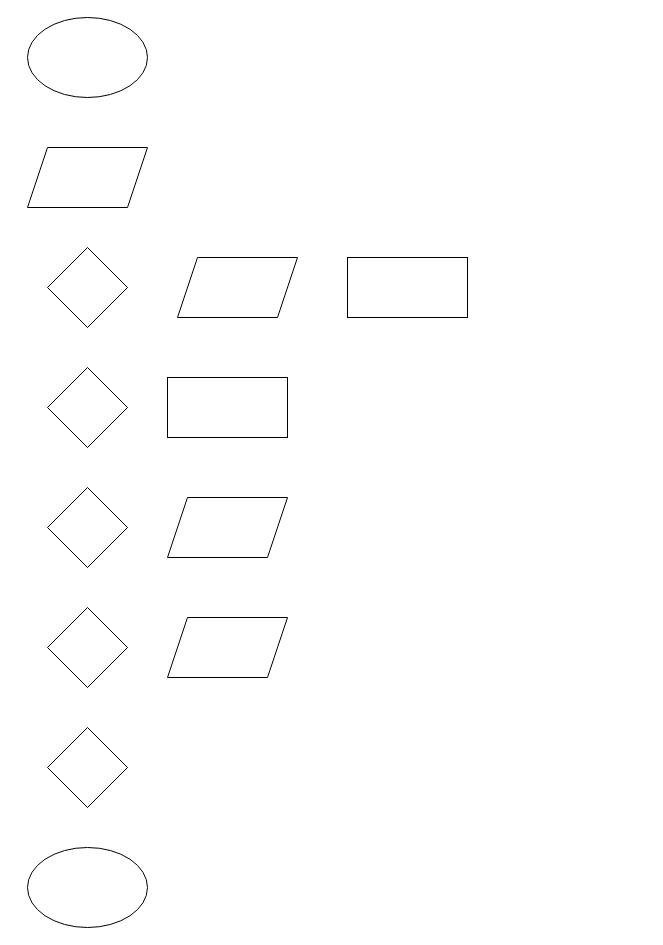
Before: Untitled Diagram.drawio in dibovdmitry/Project, a draw.io diagram. Source tidied: cells renumbered, new cells numbered last; positions are measured from the earlier drawing's top-left corner, leaving out a move shared by most shapes. Both pictures are drawn from the tidied source at 100%, with x=0, y=0 at pixel (27, 17).
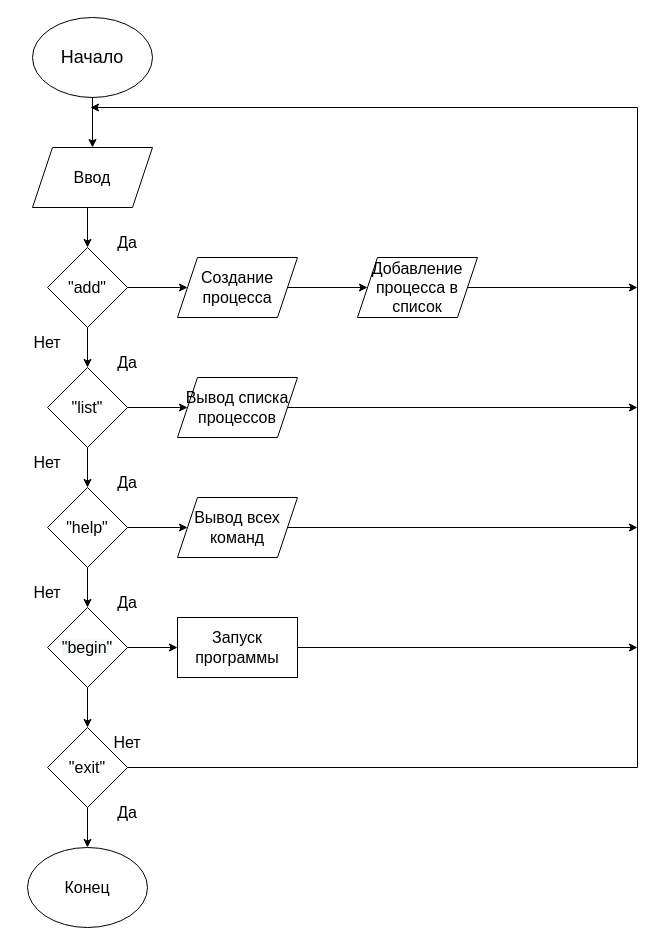
Above is the later version.

Change to the diagram source:
```diff
@@
-    <mxCell id="2" style="ellipse;whiteSpace=wrap;html=1;" parent="1" vertex="1">
-      <mxGeometry width="120" height="80" as="geometry" />
+    <mxCell id="2" value="&lt;font style=&quot;font-size: 18px&quot;&gt;Начало&lt;/font&gt;" style="ellipse;whiteSpace=wrap;html=1;" parent="1" vertex="1">
+      <mxGeometry x="5" width="120" height="80" as="geometry" />
     </mxCell>
-    <mxCell id="3" style="shape=parallelogram;perimeter=parallelogramPerimeter;whiteSpace=wrap;html=1;fixedSize=1;" parent="1" vertex="1">
-      <mxGeometry y="130" width="120" height="60" as="geometry" />
+    <mxCell id="3" value="&lt;font style=&quot;font-size: 16px&quot;&gt;Ввод&lt;/font&gt;" style="shape=parallelogram;perimeter=parallelogramPerimeter;whiteSpace=wrap;html=1;fixedSize=1;" parent="1" vertex="1">
+      <mxGeometry x="5" y="130" width="120" height="60" as="geometry" />
     </mxCell>
-    <mxCell id="4" style="rhombus;whiteSpace=wrap;html=1;" parent="1" vertex="1">
+    <mxCell id="4" value="&quot;add&quot;" style="rhombus;whiteSpace=wrap;html=1;fontSize=16;" parent="1" vertex="1">
       <mxGeometry x="20" y="230" width="80" height="80" as="geometry" />
     </mxCell>
-    <mxCell id="5" style="shape=parallelogram;perimeter=parallelogramPerimeter;whiteSpace=wrap;html=1;fixedSize=1;" parent="1" vertex="1">
+    <mxCell id="5" value="Создание процесса" style="shape=parallelogram;perimeter=parallelogramPerimeter;whiteSpace=wrap;html=1;fixedSize=1;fontSize=16;" parent="1" vertex="1">
       <mxGeometry x="150" y="240" width="120" height="60" as="geometry" />
     </mxCell>
-    <mxCell id="6" style="rounded=0;whiteSpace=wrap;html=1;" parent="1" vertex="1">
-      <mxGeometry x="320" y="240" width="120" height="60" as="geometry" />
-    </mxCell>
-    <mxCell id="7" style="rhombus;whiteSpace=wrap;html=1;" parent="1" vertex="1">
+    <mxCell id="7" value="&quot;list&quot;" style="rhombus;whiteSpace=wrap;html=1;fontSize=16;" parent="1" vertex="1">
       <mxGeometry x="20" y="350" width="80" height="80" as="geometry" />
     </mxCell>
-    <mxCell id="8" style="rhombus;whiteSpace=wrap;html=1;" parent="1" vertex="1">
+    <mxCell id="8" value="&quot;help&quot;" style="rhombus;whiteSpace=wrap;html=1;fontSize=16;" parent="1" vertex="1">
       <mxGeometry x="20" y="470" width="80" height="80" as="geometry" />
     </mxCell>
-    <mxCell id="9" style="rhombus;whiteSpace=wrap;html=1;" parent="1" vertex="1">
+    <mxCell id="9" value="&#10;&#10;&lt;span style=&quot;color: rgb(0, 0, 0); font-family: helvetica; font-size: 16px; font-style: normal; font-weight: 400; letter-spacing: normal; text-align: center; text-indent: 0px; text-transform: none; word-spacing: 0px; background-color: rgb(248, 249, 250); display: inline; float: none;&quot;&gt;&quot;begin&quot;&lt;/span&gt;&#10;&#10;" style="rhombus;whiteSpace=wrap;html=1;" parent="1" vertex="1">
       <mxGeometry x="20" y="590" width="80" height="80" as="geometry" />
     </mxCell>
-    <mxCell id="10" style="rhombus;whiteSpace=wrap;html=1;" parent="1" vertex="1">
+    <mxCell id="10" value="&quot;exit&quot;" style="rhombus;whiteSpace=wrap;html=1;fontSize=16;" parent="1" vertex="1">
       <mxGeometry x="20" y="710" width="80" height="80" as="geometry" />
     </mxCell>
-    <mxCell id="11" style="rounded=0;whiteSpace=wrap;html=1;" parent="1" vertex="1">
-      <mxGeometry x="140" y="360" width="120" height="60" as="geometry" />
+    <mxCell id="11" value="Запуск программы" style="rounded=0;whiteSpace=wrap;html=1;fontSize=16;" parent="1" vertex="1">
+      <mxGeometry x="150" y="600" width="120" height="60" as="geometry" />
     </mxCell>
-    <mxCell id="12" style="shape=parallelogram;perimeter=parallelogramPerimeter;whiteSpace=wrap;html=1;fixedSize=1;" parent="1" vertex="1">
-      <mxGeometry x="140" y="480" width="120" height="60" as="geometry" />
+    <mxCell id="12" value="Вывод списка процессов" style="shape=parallelogram;perimeter=parallelogramPerimeter;whiteSpace=wrap;html=1;fixedSize=1;fontSize=16;" parent="1" vertex="1">
+      <mxGeometry x="150" y="360" width="120" height="60" as="geometry" />
     </mxCell>
-    <mxCell id="13" style="shape=parallelogram;perimeter=parallelogramPerimeter;whiteSpace=wrap;html=1;fixedSize=1;" parent="1" vertex="1">
-      <mxGeometry x="140" y="600" width="120" height="60" as="geometry" />
+    <mxCell id="13" value="Вывод всех&lt;br&gt;команд" style="shape=parallelogram;perimeter=parallelogramPerimeter;whiteSpace=wrap;html=1;fixedSize=1;fontSize=16;" parent="1" vertex="1">
+      <mxGeometry x="150" y="480" width="120" height="60" as="geometry" />
     </mxCell>
-    <mxCell id="14" style="ellipse;whiteSpace=wrap;html=1;" parent="1" vertex="1">
+    <mxCell id="14" value="Конец" style="ellipse;whiteSpace=wrap;html=1;fontSize=16;" parent="1" vertex="1">
       <mxGeometry y="830" width="120" height="80" as="geometry" />
     </mxCell>
+    <mxCell id="15" style="endArrow=classic;html=1;rounded=0;fontSize=16;entryX=0.5;entryY=0;entryDx=0;entryDy=0;" parent="1" edge="1" target="4">
+      <mxGeometry relative="1" as="geometry">
+        <mxPoint x="60" y="190" as="sourcePoint" />
+      </mxGeometry>
+    </mxCell>
+    <mxCell id="16" style="endArrow=classic;html=1;rounded=0;fontSize=16;exitX=0.5;exitY=1;exitDx=0;exitDy=0;entryX=0.5;entryY=0;entryDx=0;entryDy=0;" parent="1" edge="1" source="4" target="7">
+      <mxGeometry relative="1" as="geometry" />
+    </mxCell>
+    <mxCell id="17" style="endArrow=classic;html=1;rounded=0;fontSize=16;exitX=0.5;exitY=1;exitDx=0;exitDy=0;entryX=0.5;entryY=0;entryDx=0;entryDy=0;" parent="1" edge="1" source="7" target="8">
+      <mxGeometry relative="1" as="geometry" />
+    </mxCell>
+    <mxCell id="18" style="endArrow=classic;html=1;rounded=0;fontSize=16;exitX=0.5;exitY=1;exitDx=0;exitDy=0;entryX=0.5;entryY=0;entryDx=0;entryDy=0;" parent="1" edge="1" source="8" target="9">
+      <mxGeometry relative="1" as="geometry" />
+    </mxCell>
+    <mxCell id="19" style="endArrow=classic;html=1;rounded=0;fontSize=16;exitX=0.5;exitY=1;exitDx=0;exitDy=0;entryX=0.5;entryY=0;entryDx=0;entryDy=0;" parent="1" edge="1" source="9" target="10">
+      <mxGeometry relative="1" as="geometry" />
+    </mxCell>
+    <mxCell id="20" style="endArrow=classic;html=1;rounded=0;fontSize=16;exitX=0.5;exitY=1;exitDx=0;exitDy=0;entryX=0.5;entryY=0;entryDx=0;entryDy=0;" parent="1" edge="1" source="10" target="14">
+      <mxGeometry relative="1" as="geometry" />
+    </mxCell>
+    <mxCell id="21" style="endArrow=classic;html=1;rounded=0;fontSize=16;exitX=1;exitY=0.5;exitDx=0;exitDy=0;entryX=0;entryY=0.5;entryDx=0;entryDy=0;" parent="1" edge="1" source="4" target="5">
+      <mxGeometry relative="1" as="geometry" />
+    </mxCell>
+    <mxCell id="22" style="endArrow=classic;html=1;rounded=0;fontSize=16;exitX=1;exitY=0.5;exitDx=0;exitDy=0;entryX=0;entryY=0.5;entryDx=0;entryDy=0;" parent="1" edge="1" source="7" target="12">
+      <mxGeometry relative="1" as="geometry" />
+    </mxCell>
+    <mxCell id="23" style="endArrow=classic;html=1;rounded=0;fontSize=16;exitX=1;exitY=0.5;exitDx=0;exitDy=0;entryX=0;entryY=0.5;entryDx=0;entryDy=0;" parent="1" edge="1" source="8" target="13">
+      <mxGeometry relative="1" as="geometry" />
+    </mxCell>
+    <mxCell id="24" style="endArrow=classic;html=1;rounded=0;fontSize=16;exitX=1;exitY=0.5;exitDx=0;exitDy=0;entryX=0;entryY=0.5;entryDx=0;entryDy=0;" parent="1" edge="1" source="9" target="11">
+      <mxGeometry relative="1" as="geometry" />
+    </mxCell>
+    <mxCell id="25" style="endArrow=classic;html=1;rounded=0;fontSize=16;exitX=1;exitY=0.5;exitDx=0;exitDy=0;entryX=0;entryY=0.5;entryDx=0;entryDy=0;" parent="1" edge="1" source="5" target="34">
+      <mxGeometry relative="1" as="geometry" />
+    </mxCell>
+    <mxCell id="26" style="endArrow=none;html=1;rounded=0;fontSize=16;exitX=1;exitY=0.5;exitDx=0;exitDy=0;" parent="1" edge="1" source="10">
+      <mxGeometry relative="1" as="geometry">
+        <mxPoint x="610" y="750" as="targetPoint" />
+      </mxGeometry>
+    </mxCell>
+    <mxCell id="27" style="endArrow=none;html=1;rounded=0;fontSize=16;" parent="1" edge="1">
+      <mxGeometry relative="1" as="geometry">
+        <mxPoint x="610" y="750" as="sourcePoint" />
+        <mxPoint x="610" y="90" as="targetPoint" />
+      </mxGeometry>
+    </mxCell>
+    <mxCell id="28" style="endArrow=classic;html=1;rounded=0;fontSize=16;exitX=0.5;exitY=1;exitDx=0;exitDy=0;entryX=0.5;entryY=0;entryDx=0;entryDy=0;" parent="1" edge="1" source="2" target="3">
+      <mxGeometry relative="1" as="geometry" />
+    </mxCell>
+    <mxCell id="29" style="endArrow=classic;html=1;rounded=0;fontSize=16;" parent="1" edge="1">
+      <mxGeometry relative="1" as="geometry">
+        <mxPoint x="610" y="90" as="sourcePoint" />
+        <mxPoint x="63" y="90" as="targetPoint" />
+      </mxGeometry>
+    </mxCell>
+    <mxCell id="30" style="endArrow=classic;html=1;rounded=0;fontSize=16;exitX=1;exitY=0.5;exitDx=0;exitDy=0;" parent="1" edge="1" source="11">
+      <mxGeometry relative="1" as="geometry">
+        <mxPoint x="610" y="630" as="targetPoint" />
+      </mxGeometry>
+    </mxCell>
+    <mxCell id="31" style="endArrow=classic;html=1;rounded=0;fontSize=16;exitX=1;exitY=0.5;exitDx=0;exitDy=0;" parent="1" edge="1" source="13">
+      <mxGeometry relative="1" as="geometry">
+        <mxPoint x="610" y="510" as="targetPoint" />
+      </mxGeometry>
+    </mxCell>
+    <mxCell id="32" style="endArrow=classic;html=1;rounded=0;fontSize=16;exitX=1;exitY=0.5;exitDx=0;exitDy=0;" parent="1" edge="1" source="12">
+      <mxGeometry relative="1" as="geometry">
+        <mxPoint x="610" y="390" as="targetPoint" />
+      </mxGeometry>
+    </mxCell>
+    <mxCell id="33" style="endArrow=classic;html=1;rounded=0;fontSize=16;exitX=1;exitY=0.5;exitDx=0;exitDy=0;" parent="1" edge="1" source="34">
+      <mxGeometry relative="1" as="geometry">
+        <mxPoint x="610" y="270" as="targetPoint" />
+      </mxGeometry>
+    </mxCell>
+    <mxCell id="34" value="Добавление процесса в список" style="shape=parallelogram;perimeter=parallelogramPerimeter;whiteSpace=wrap;html=1;fixedSize=1;fontSize=16;" parent="1" vertex="1">
+      <mxGeometry x="330" y="240" width="120" height="60" as="geometry" />
+    </mxCell>
+    <mxCell id="35" value="Да" style="text;html=1;strokeColor=none;fillColor=none;align=center;verticalAlign=middle;whiteSpace=wrap;rounded=0;fontSize=16;" parent="1" vertex="1">
+      <mxGeometry x="70" y="210" width="60" height="30" as="geometry" />
+    </mxCell>
+    <mxCell id="36" value="Да" style="text;html=1;strokeColor=none;fillColor=none;align=center;verticalAlign=middle;whiteSpace=wrap;rounded=0;fontSize=16;" parent="1" vertex="1">
+      <mxGeometry x="70" y="330" width="60" height="30" as="geometry" />
+    </mxCell>
+    <mxCell id="37" value="Да" style="text;html=1;strokeColor=none;fillColor=none;align=center;verticalAlign=middle;whiteSpace=wrap;rounded=0;fontSize=16;" parent="1" vertex="1">
+      <mxGeometry x="70" y="450" width="60" height="30" as="geometry" />
+    </mxCell>
+    <mxCell id="38" value="Да" style="text;html=1;strokeColor=none;fillColor=none;align=center;verticalAlign=middle;whiteSpace=wrap;rounded=0;fontSize=16;" parent="1" vertex="1">
+      <mxGeometry x="70" y="570" width="60" height="30" as="geometry" />
+    </mxCell>
+    <mxCell id="39" value="Да" style="text;html=1;strokeColor=none;fillColor=none;align=center;verticalAlign=middle;whiteSpace=wrap;rounded=0;fontSize=16;" parent="1" vertex="1">
+      <mxGeometry x="70" y="780" width="60" height="30" as="geometry" />
+    </mxCell>
+    <mxCell id="40" value="Нет" style="text;html=1;strokeColor=none;fillColor=none;align=center;verticalAlign=middle;whiteSpace=wrap;rounded=0;fontSize=16;" parent="1" vertex="1">
+      <mxGeometry x="-10" y="310" width="60" height="30" as="geometry" />
+    </mxCell>
+    <mxCell id="41" value="Нет" style="text;html=1;strokeColor=none;fillColor=none;align=center;verticalAlign=middle;whiteSpace=wrap;rounded=0;fontSize=16;" parent="1" vertex="1">
+      <mxGeometry x="-10" y="430" width="60" height="30" as="geometry" />
+    </mxCell>
+    <mxCell id="42" value="Нет" style="text;html=1;strokeColor=none;fillColor=none;align=center;verticalAlign=middle;whiteSpace=wrap;rounded=0;fontSize=16;" parent="1" vertex="1">
+      <mxGeometry x="-10" y="560" width="60" height="30" as="geometry" />
+    </mxCell>
+    <mxCell id="43" value="Нет" style="text;html=1;strokeColor=none;fillColor=none;align=center;verticalAlign=middle;whiteSpace=wrap;rounded=0;fontSize=16;" parent="1" vertex="1">
+      <mxGeometry x="70" y="710" width="60" height="30" as="geometry" />
+    </mxCell>
```
